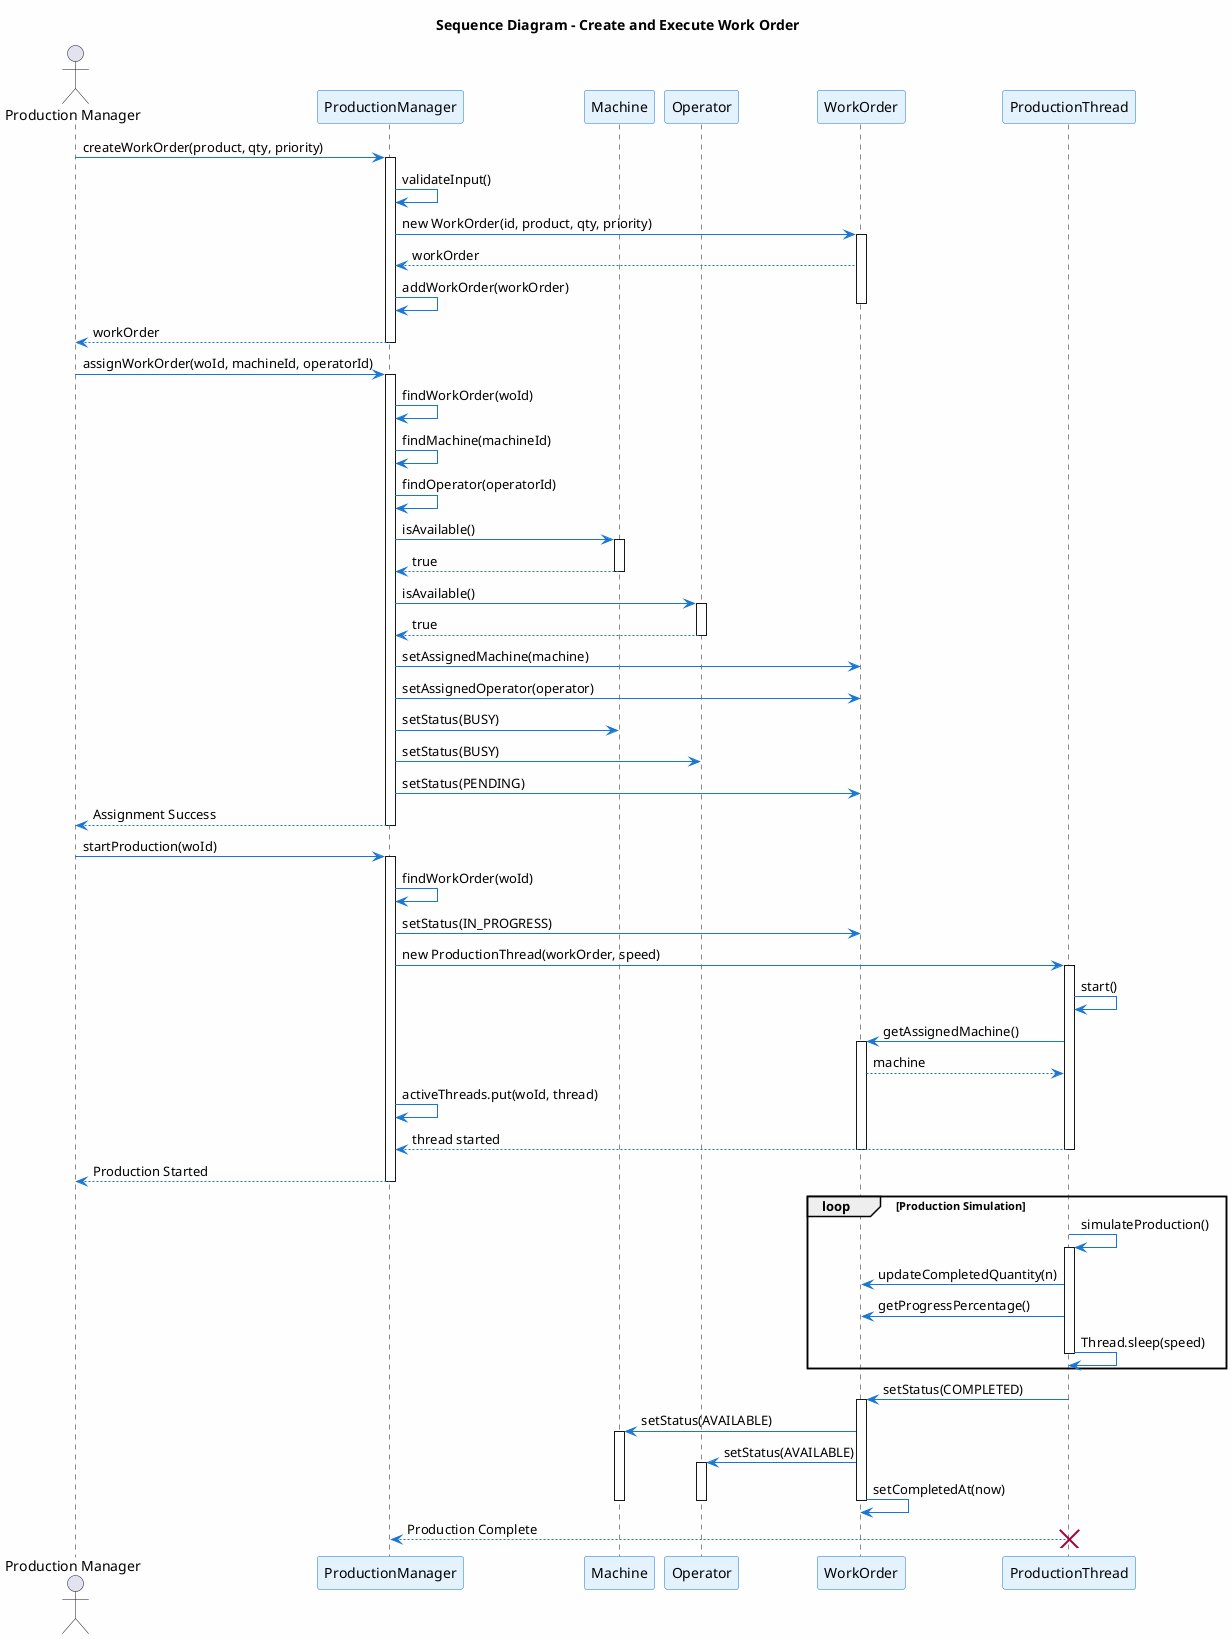
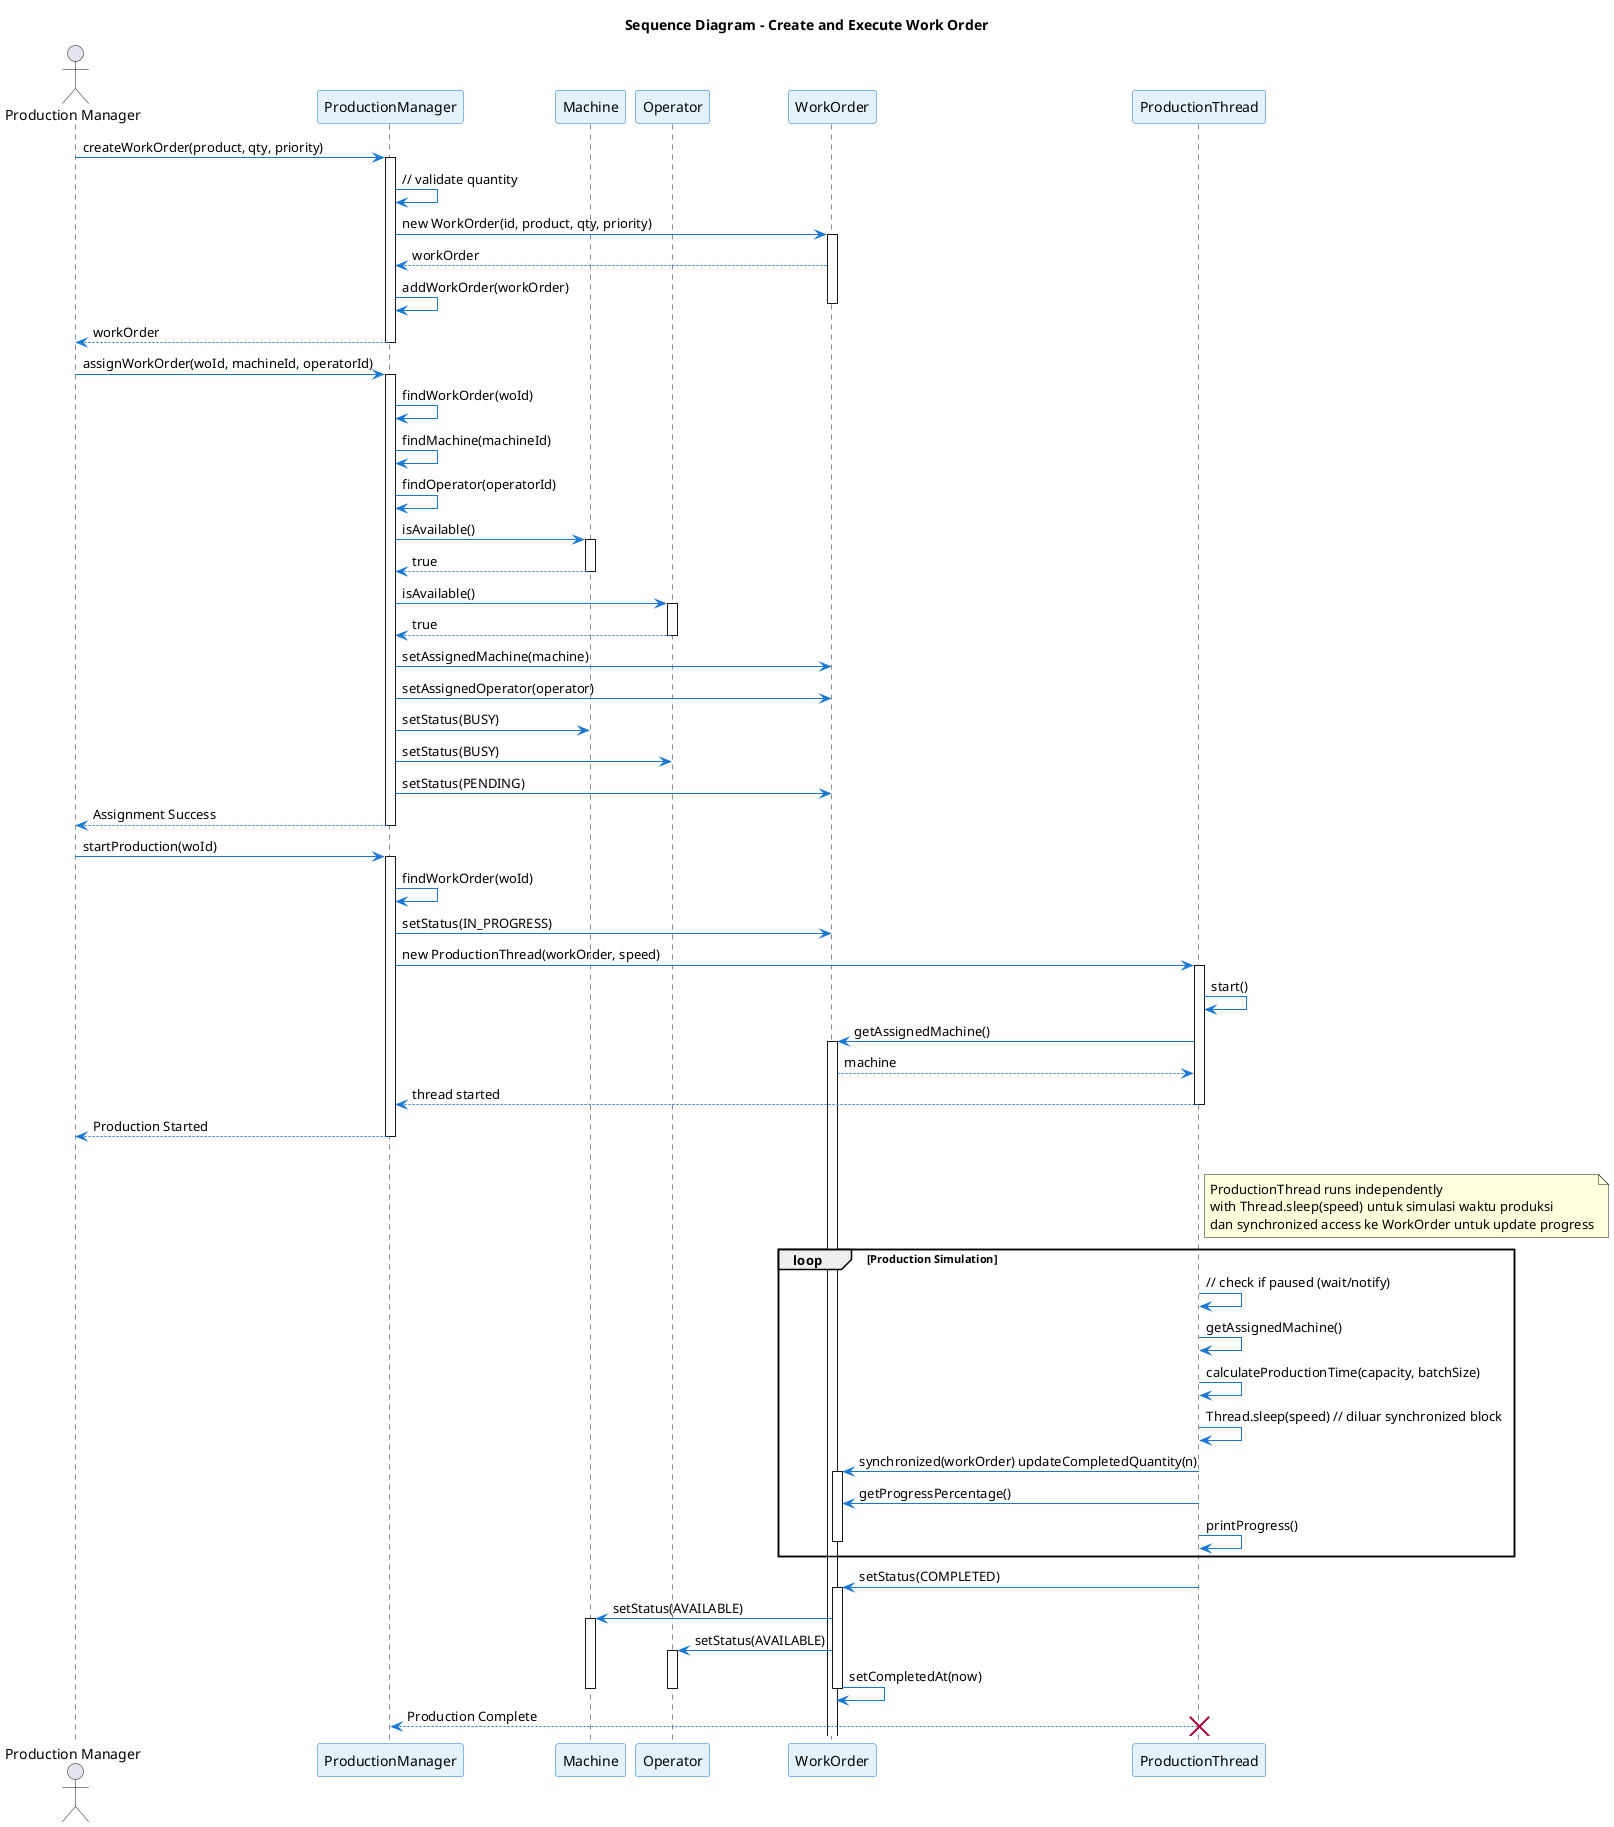
@startuml
skinparam backgroundColor #FEFEFE
skinparam handwritten false

title Sequence Diagram - Create and Execute Work Order

skinparam participant {
    BackgroundColor #E3F2FD
    BorderColor #1976D2
}

skinparam sequenceArrowColor #1976D2

actor "Production Manager" as Manager
participant "ProductionManager" as PM
participant "Machine" as Machine
participant "Operator" as Operator
participant "WorkOrder" as WO
participant "ProductionThread" as PT

title Sequence Diagram - Create and Execute Work Order

Manager -> PM: createWorkOrder(product, qty, priority)
activate PM
- PM -> PM: validateInput()
- PM -> WO: new WorkOrder(id, product, qty, priority)
+     PM -> PM: // validate quantity
+     PM -> WO: new WorkOrder(id, product, qty, priority)
activate WO
WO --> PM: workOrder
PM -> PM: addWorkOrder(workOrder)
deactivate WO
PM --> Manager: workOrder

deactivate PM

Manager -> PM: assignWorkOrder(woId, machineId, operatorId)
activate PM
PM -> PM: findWorkOrder(woId)
PM -> PM: findMachine(machineId)
PM -> PM: findOperator(operatorId)
PM -> Machine: isAvailable()
activate Machine
Machine --> PM: true
deactivate Machine
PM -> Operator: isAvailable()
activate Operator
Operator --> PM: true
deactivate Operator
PM -> WO: setAssignedMachine(machine)
PM -> WO: setAssignedOperator(operator)
PM -> Machine: setStatus(BUSY)
PM -> Operator: setStatus(BUSY)
PM -> WO: setStatus(PENDING)
PM --> Manager: Assignment Success
deactivate PM

Manager -> PM: startProduction(woId)
activate PM
PM -> PM: findWorkOrder(woId)
PM -> WO: setStatus(IN_PROGRESS)
PM -> PT: new ProductionThread(workOrder, speed)
activate PT
PT -> PT: start()
PT -> WO: getAssignedMachine()
activate WO
WO --> PT: machine
- PM -> PM: activeThreads.put(woId, thread)
- PT --> PM: thread started
- deactivate WO
- deactivate PT
- PM --> Manager: Production Started
- deactivate PM
+     PT --> PM: thread started
+     deactivate PT
+     PM --> Manager: Production Started
+     deactivate PM
+ 
+     |||
+     note right of PT
+       ProductionThread runs independently
+       with Thread.sleep(speed) untuk simulasi waktu produksi
+       dan synchronized access ke WorkOrder untuk update progress
+     end note

loop Production Simulation
-     PT -> PT: simulateProduction()
-     activate PT
-     PT -> WO: updateCompletedQuantity(n)
+     PT -> PT: // check if paused (wait/notify)
+     PT -> PT: getAssignedMachine()
+     PT -> PT: calculateProductionTime(capacity, batchSize)
+     PT -> PT: Thread.sleep(speed) // diluar synchronized block
+ 
+     PT -> WO: synchronized(workOrder) updateCompletedQuantity(n)
+     activate WO
    PT -> WO: getProgressPercentage()
-     PT -> PT: Thread.sleep(speed)
-     deactivate PT
+     PT -> PT: printProgress()
+     deactivate WO
end

PT -> WO: setStatus(COMPLETED)
activate WO
WO -> Machine: setStatus(AVAILABLE)
activate Machine
WO -> Operator: setStatus(AVAILABLE)
activate Operator
WO -> WO: setCompletedAt(now)
deactivate Operator
deactivate Machine
deactivate WO
PT --> PM: Production Complete
destroy PT

@enduml
